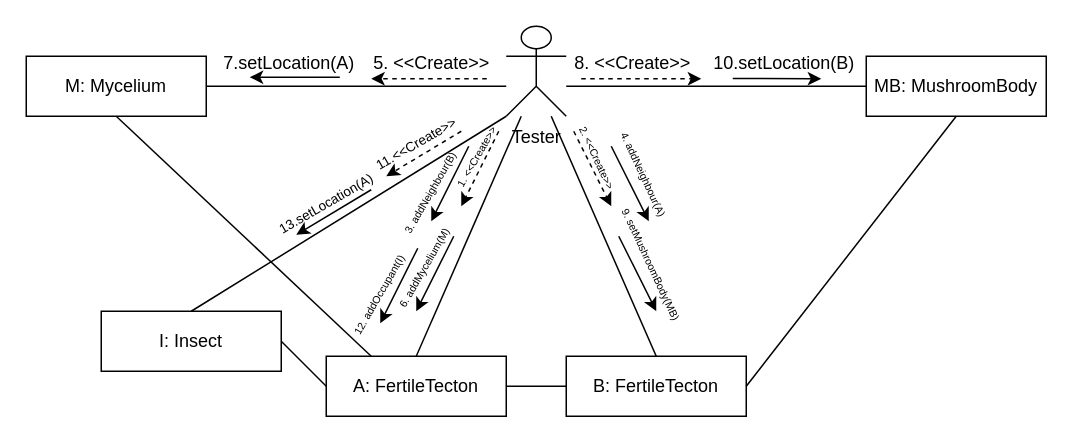
Above: page "TectonBreak/InsectCutKomm" (3 of 22) of BJ komm. és szekv. diagrammok.drawio in koharzsombor/bandITs (draw.io), before the change. Source tidied: cells renumbered, new cells numbered last; positions are measured from the earlier drawing's top-left corner, leaving out a move shared by most shapes. Both pictures are drawn from the tidied source at 150%, with x=0, y=0 at pixel (26, 26).
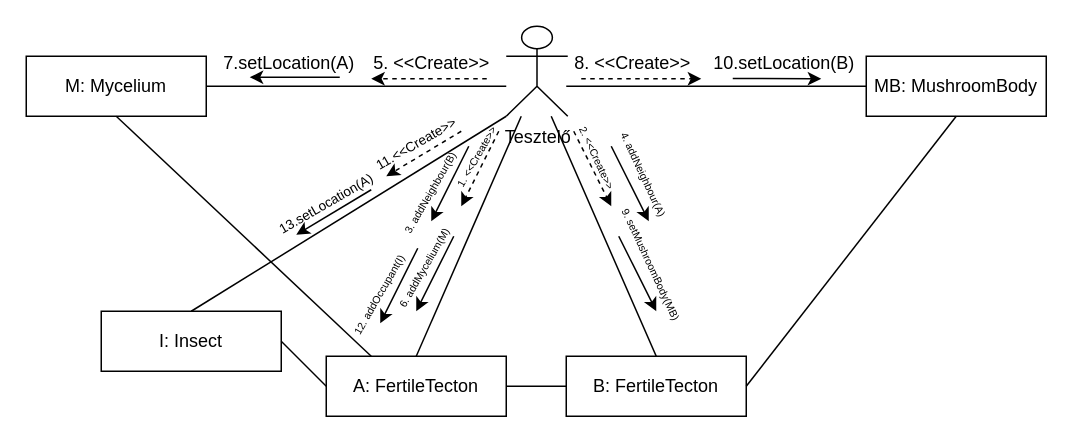
The same diagram, later.

What changed in the source:
```diff
@@
-    <mxCell id="2" value="Tester" style="shape=umlActor;verticalLabelPosition=bottom;verticalAlign=top;html=1;" parent="1" vertex="1">
-      <mxGeometry x="320" width="40" height="60" as="geometry" />
+    <mxCell id="2" value="Tesztelő" style="shape=umlActor;verticalLabelPosition=bottom;verticalAlign=top;html=1;" parent="1" vertex="1">
+      <mxGeometry x="320" width="41" height="60" as="geometry" />
     </mxCell>
```
